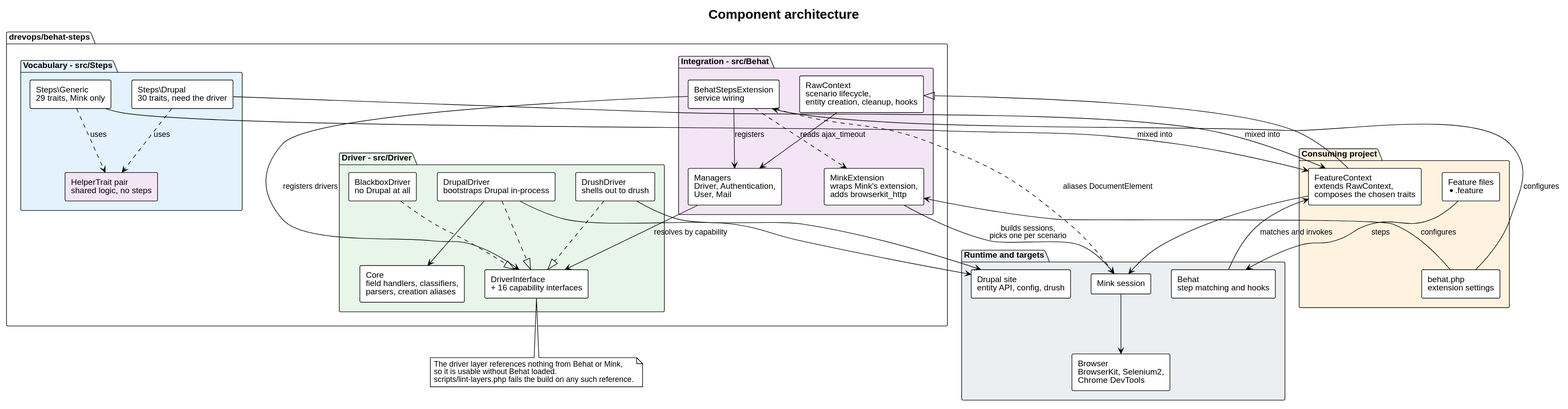
Before: docs/architecture/architecture.svg, a diagram exported from PlantUML (drevops/behat-steps).
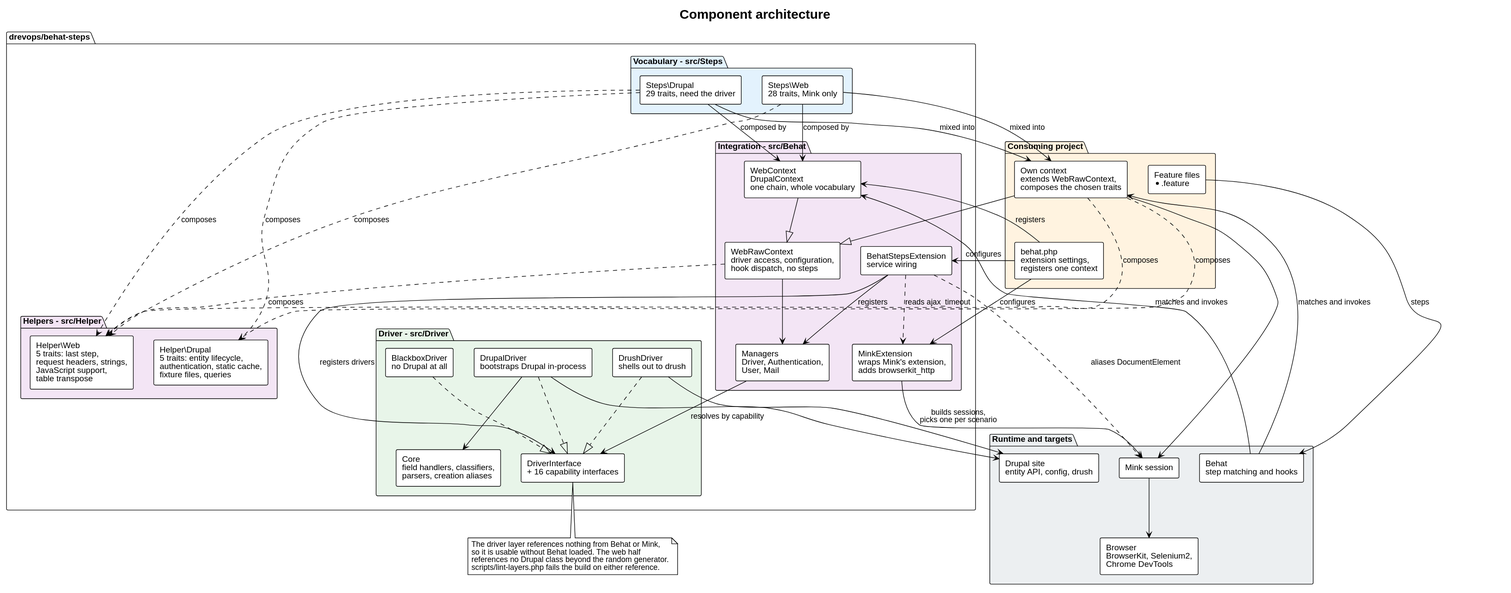
After the change.

What changed in the source:
```diff
@@ -8,21 +8,26 @@
 
 package "Consuming project" #FFF3E0 {
   component "Feature files\n*.feature" as Features
-  component "behat.php\nextension settings" as Config
-  component "FeatureContext\nextends RawContext,\ncomposes the chosen traits" as Consumer
+  component "behat.php\nextension settings,\nregisters one context" as Config
+  component "Own context\nextends WebRawContext,\ncomposes the chosen traits" as Consumer
 }
 
 package "drevops/behat-steps" {
 
   package "Vocabulary - src/Steps" #E3F2FD {
-    component "Steps\\Generic\n29 traits, Mink only" as Generic
-    component "Steps\\Drupal\n30 traits, need the driver" as DrupalSteps
-    component "HelperTrait pair\nshared logic, no steps" as Helpers #F3E5F5
+    component "Steps\\Web\n28 traits, Mink only" as WebSteps
+    component "Steps\\Drupal\n29 traits, need the driver" as DrupalSteps
+  }
+
+  package "Helpers - src/Helper" #F3E5F5 {
+    component "Helper\\Web\n5 traits: last step,\nrequest headers, strings,\nJavaScript support,\ntable transpose" as WebHelpers
+    component "Helper\\Drupal\n5 traits: entity lifecycle,\nauthentication, static cache,\nfixture files, queries" as DrupalHelpers
   }
 
   package "Integration - src/Behat" #F3E5F5 {
     component "BehatStepsExtension\nservice wiring" as Ext
-    component "RawContext\nscenario lifecycle,\nentity creation, cleanup, hooks" as RawCtx
+    component "WebRawContext\ndriver access, configuration,\nhook dispatch, no steps" as WebRawCtx
+    component "WebContext\nDrupalContext\none chain, whole vocabulary" as Vocabularies
     component "Managers\nDriver, Authentication,\nUser, Mail" as Managers
     component "MinkExtension\nwraps Mink's extension,\nadds browserkit_http" as MinkExt
   }
@@ -46,19 +51,28 @@
 Features --> Behat : steps
 Config --> Ext : configures
 Config --> MinkExt : configures
+Config --> Vocabularies : registers
 Behat --> Consumer : matches and invokes
+Behat --> Vocabularies : matches and invokes
 
-Generic --> Consumer : mixed into
+WebSteps --> Vocabularies : composed by
+DrupalSteps --> Vocabularies : composed by
+WebSteps --> Consumer : mixed into
 DrupalSteps --> Consumer : mixed into
-Generic ..> Helpers : uses
-DrupalSteps ..> Helpers : uses
+WebSteps ..> WebHelpers : composes
+DrupalSteps ..> WebHelpers : composes
+DrupalSteps ..> DrupalHelpers : composes
+WebRawCtx ..> WebHelpers : composes
+Consumer ..> WebHelpers : composes
+Consumer ..> DrupalHelpers : composes
 
-Consumer --|> RawCtx
+Consumer --|> WebRawCtx
+Vocabularies --|> WebRawCtx
 Ext --> Managers : registers
 Ext --> DriverIface : registers drivers
 Ext ..> MinkExt : reads ajax_timeout
 Ext ..> Mink : aliases DocumentElement
-RawCtx --> Managers
+WebRawCtx --> Managers
 
 Managers --> DriverIface : resolves by capability
 DrupalDrv ..|> DriverIface
@@ -74,12 +88,13 @@
 
 note bottom of DriverIface
   The driver layer references nothing from Behat or Mink,
-  so it is usable without Behat loaded.
-  scripts/lint-layers.php fails the build on any such reference.
+  so it is usable without Behat loaded. The web half
+  references no Drupal class beyond the random generator.
+  scripts/lint-layers.php fails the build on either reference.
 end note
 
 Features -[hidden]down- Config
-Generic -[hidden]right- DrupalSteps
+WebSteps -[hidden]right- DrupalSteps
 DrupalDrv -[hidden]right- DrushDrv
 DrushDrv -[hidden]right- BlackboxDrv
 @enduml
```
